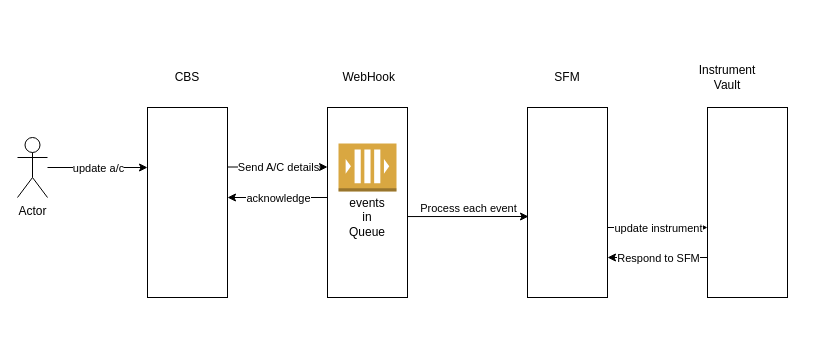
Earlier version of the draw.io diagram src/main/resources/static/update account.drawio (damodaram/simpleNotes). Source tidied: cells renumbered, new cells numbered last; positions are measured from the earlier drawing's top-left corner, leaving out a move shared by most shapes. Both pictures are drawn from the tidied source at 100%, with x=0, y=0 at pixel (17, 67).
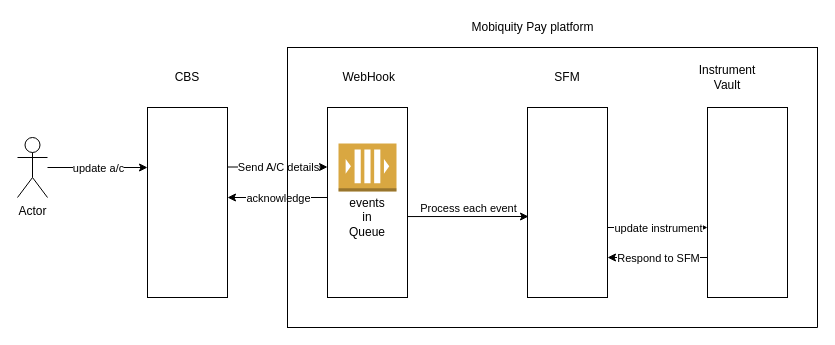
The same page after the edit.

The edit, as a diff of the source:
```diff
@@
+    <mxCell id="25" style="shape=partialRectangle;whiteSpace=wrap;html=1;top=0;left=0;fillColor=none;" parent="1" vertex="1">
+      <mxGeometry x="270" y="-20" width="530" height="280" as="geometry" />
+    </mxCell>
+    <mxCell id="26" style="shape=partialRectangle;whiteSpace=wrap;html=1;bottom=0;right=0;fillColor=none;" parent="1" vertex="1">
+      <mxGeometry x="270" y="-20" width="530" height="280" as="geometry" />
+    </mxCell>
+    <mxCell id="27" value="Mobiquity Pay platform" style="text;html=1;strokeColor=none;fillColor=none;align=center;verticalAlign=middle;whiteSpace=wrap;rounded=0;" parent="1" vertex="1">
+      <mxGeometry x="441" y="-50" width="149" height="20" as="geometry" />
+    </mxCell>
```
